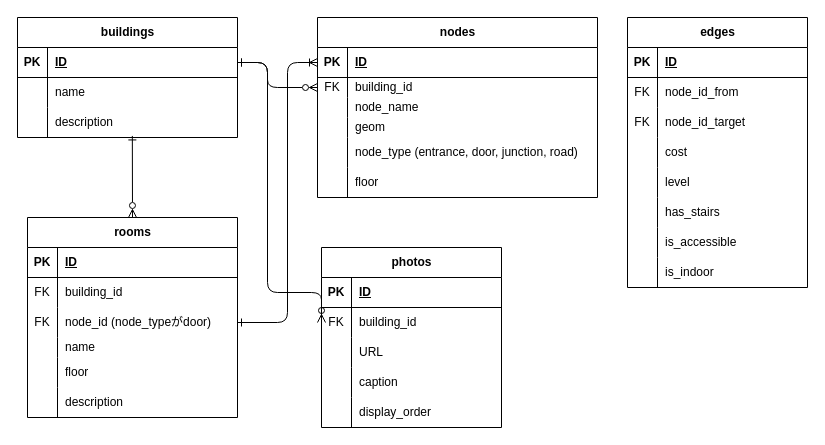
This is docs/ait-guide.drawio from SystemEngineeringTeam/ait-guide-back-v3, a draw.io file, before an edit. Source tidied: cells renumbered, new cells numbered last; positions are measured from the earlier drawing's top-left corner, leaving out a move shared by most shapes. Both pictures are drawn from the tidied source at 100%, with x=0, y=0 at pixel (17, 17).
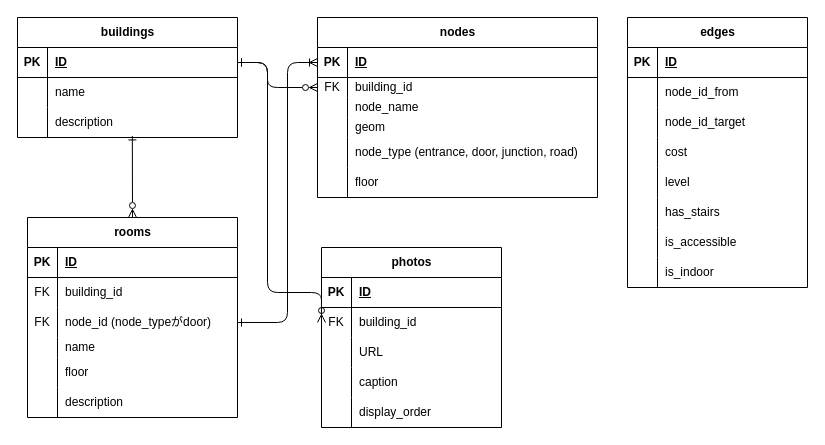
The same page after the edit.

Unchanged cells that the change refers to:
```xml
<mxCell id="72" style="shape=tableRow;horizontal=0;startSize=0;swimlaneHead=0;swimlaneBody=0;fillColor=none;top=0;left=0;right=0;bottom=0;" parent="68" vertex="1">
  <mxGeometry y="60" width="180" height="30" as="geometry" />
</mxCell>
<mxCell id="75" style="shape=tableRow;horizontal=0;startSize=0;swimlaneHead=0;swimlaneBody=0;fillColor=none;top=0;left=0;right=0;bottom=0;" parent="68" vertex="1">
  <mxGeometry y="90" width="180" height="30" as="geometry" />
</mxCell>
```

What changed in the source:
```diff
@@
-    <mxCell id="73" value="FK" style="shape=partialRectangle;fillColor=none;top=0;left=0;bottom=0;right=0;overflow=hidden;whiteSpace=wrap;html=1;" parent="72" vertex="1">
+    <mxCell id="73" style="shape=partialRectangle;fillColor=none;top=0;left=0;bottom=0;right=0;overflow=hidden;whiteSpace=wrap;html=1;" parent="72" vertex="1">
       <mxGeometry width="30" height="30" as="geometry" />
     </mxCell>
@@
-    <mxCell id="76" value="FK" style="shape=partialRectangle;fillColor=none;top=0;left=0;bottom=0;right=0;overflow=hidden;whiteSpace=wrap;html=1;" parent="75" vertex="1">
+    <mxCell id="76" style="shape=partialRectangle;fillColor=none;top=0;left=0;bottom=0;right=0;overflow=hidden;whiteSpace=wrap;html=1;" parent="75" vertex="1">
       <mxGeometry width="30" height="30" as="geometry" />
     </mxCell>
```
